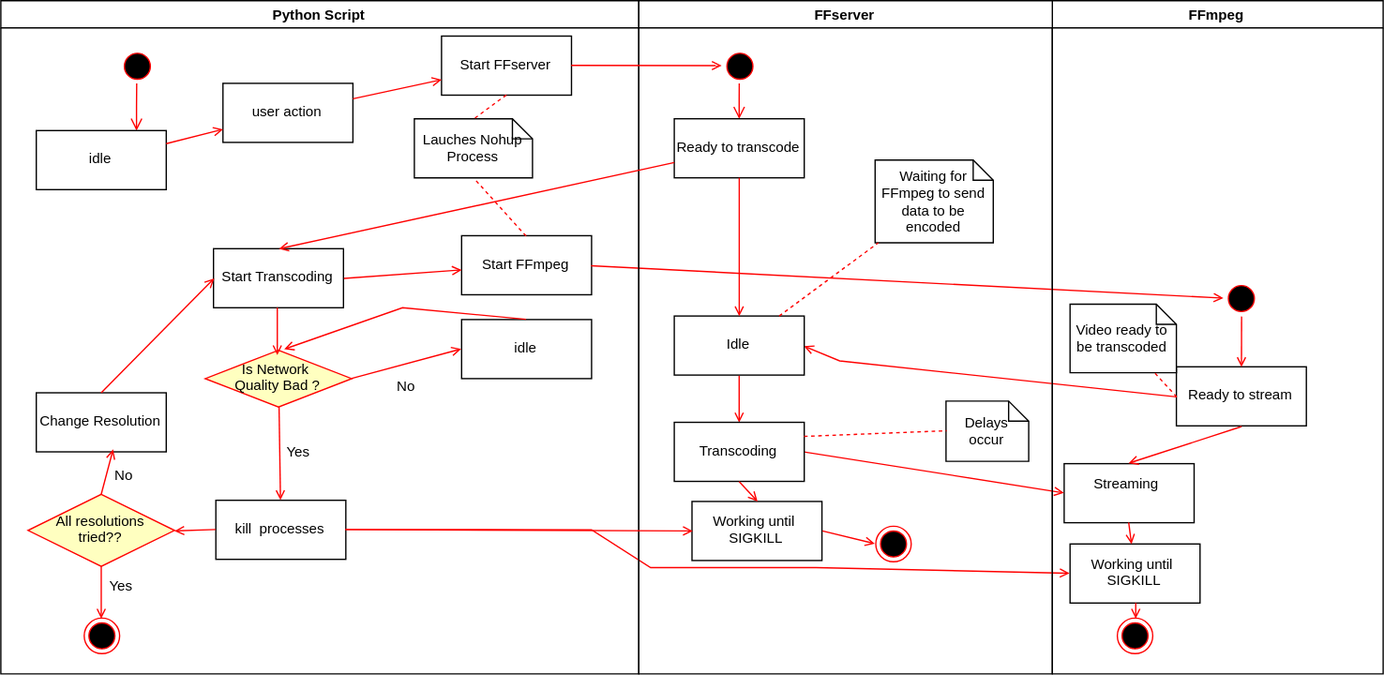
Before: docs/images/UML.svg, a diagram exported from draw.io (Jpfonseca/Adaptive_Live_Streaming). Source tidied: cells renumbered, new cells last; positions are measured from the earlier drawing's top-left corner, leaving out a move shared by most shapes.
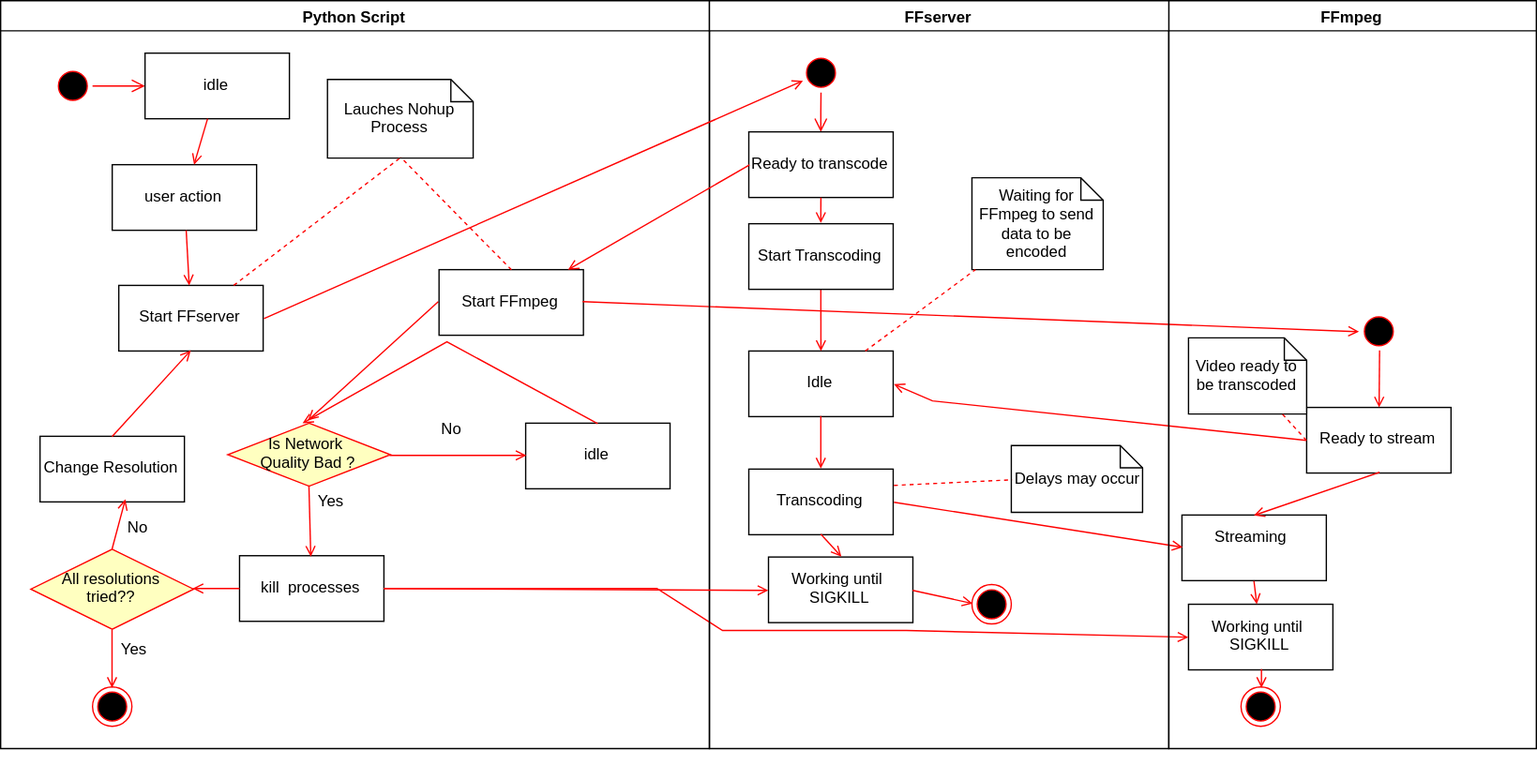
Above is the later version.

Commit message:
Refactor connect status; Modified UML Diagram

Diff of the diagram source:
```diff
@@ -6,30 +6,30 @@
       <mxGeometry width="540" height="570" as="geometry" />
     </mxCell>
     <mxCell id="3" style="ellipse;shape=startState;fillColor=#000000;strokeColor=#ff0000;" parent="2" vertex="1">
-      <mxGeometry x="100" y="40" width="30" height="30" as="geometry" />
+      <mxGeometry x="40" y="50" width="30" height="30" as="geometry" />
     </mxCell>
     <mxCell id="4" style="edgeStyle=elbowEdgeStyle;elbow=horizontal;verticalAlign=bottom;endArrow=open;endSize=8;strokeColor=#FF0000;endFill=1;rounded=0;" parent="2" edge="1" source="3" target="5">
       <mxGeometry x="100" y="40" as="geometry" />
     </mxCell>
     <mxCell id="5" value="idle" parent="2" vertex="1">
-      <mxGeometry x="30" y="110" width="110" height="50" as="geometry" />
+      <mxGeometry x="110" y="40" width="110" height="50" as="geometry" />
     </mxCell>
     <mxCell id="6" value="user action" parent="2" vertex="1">
-      <mxGeometry x="188" y="70" width="110" height="50" as="geometry" />
+      <mxGeometry x="85" y="125" width="110" height="50" as="geometry" />
     </mxCell>
     <mxCell id="7" style="endArrow=open;strokeColor=#FF0000;endFill=1;rounded=0;" parent="2" edge="1" source="5" target="6">
       <mxGeometry relative="1" as="geometry" />
     </mxCell>
     <mxCell id="8" value="Start FFserver" parent="2" vertex="1">
-      <mxGeometry x="373" y="30" width="110" height="50" as="geometry" />
+      <mxGeometry x="90" y="217" width="110" height="50" as="geometry" />
     </mxCell>
     <mxCell id="9" style="endArrow=open;strokeColor=#FF0000;endFill=1;rounded=0;" parent="2" edge="1" source="6" target="8">
       <mxGeometry relative="1" as="geometry" />
     </mxCell>
     <mxCell id="10" value="Lauches Nohup Process" style="shape=note;whiteSpace=wrap;size=17;" parent="2" vertex="1">
-      <mxGeometry x="350" y="100" width="100" height="50" as="geometry" />
+      <mxGeometry x="249" y="60" width="111" height="60" as="geometry" />
     </mxCell>
-    <mxCell id="11" style="endArrow=none;strokeColor=#FF0000;endFill=0;rounded=0;dashed=1;entryX=0.5;entryY=0;exitX=0.5;exitY=1;" parent="2" edge="1" source="8" target="10">
+    <mxCell id="11" style="endArrow=none;strokeColor=#FF0000;endFill=0;rounded=0;dashed=1;entryX=0.5;entryY=1;" parent="2" edge="1" source="8" target="10">
       <mxGeometry relative="1" as="geometry" />
     </mxCell>
     <mxCell id="12" value="kill  processes" parent="2" vertex="1">
@@ -38,16 +38,12 @@
     <mxCell id="13" style="edgeStyle=orthogonalEdgeStyle;rounded=0;html=1;exitX=0.75;exitY=1;entryX=0.75;entryY=1;jettySize=auto;orthogonalLoop=1;" parent="2" edge="1" source="10" target="10">
       <mxGeometry relative="1" as="geometry" />
     </mxCell>
-    <mxCell id="14" value="Start Transcoding" parent="2" vertex="1">
-      <mxGeometry x="180" y="210" width="110" height="50" as="geometry" />
-    </mxCell>
     <mxCell id="15" value="Is Network &#10;Quality Bad ?" style="rhombus;fillColor=#ffffc0;strokeColor=#ff0000;" parent="2" vertex="1">
-      <mxGeometry x="173" y="296" width="124" height="48" as="geometry" />
+      <mxGeometry x="173" y="322" width="124" height="48" as="geometry" />
     </mxCell>
-    <mxCell id="16" style="endArrow=open;strokeColor=#FF0000;endFill=1;rounded=0;" parent="2" edge="1">
+    <mxCell id="16" style="endArrow=open;strokeColor=#FF0000;endFill=1;rounded=0;exitX=0;exitY=0.5;" parent="2" edge="1" source="32">
       <mxGeometry relative="1" as="geometry">
-        <mxPoint x="234" y="260" as="sourcePoint" />
-        <mxPoint x="234" y="300" as="targetPoint" />
+        <mxPoint x="234" y="320" as="targetPoint" />
       </mxGeometry>
     </mxCell>
     <mxCell id="17" style="group;rotation=90;" parent="2" vertex="1">
@@ -79,11 +75,11 @@
     <mxCell id="25" value="No" style="text;html=1;align=left;verticalAlign=top;spacingTop=-4;rotation=0;" parent="2" vertex="1">
       <mxGeometry x="95" y="392.4" width="30" height="20" as="geometry" />
     </mxCell>
-    <mxCell id="26" style="endArrow=open;strokeColor=#FF0000;endFill=1;rounded=0;exitX=0.5;exitY=0;entryX=0;entryY=0.5;" parent="2" edge="1" source="24" target="14">
+    <mxCell id="26" style="endArrow=open;strokeColor=#FF0000;endFill=1;rounded=0;exitX=0.5;exitY=0;entryX=0.5;entryY=1;" parent="2" edge="1" source="24" target="8">
       <mxGeometry relative="1" as="geometry" />
     </mxCell>
     <mxCell id="27" value="idle" parent="2" vertex="1">
-      <mxGeometry x="390" y="270" width="110" height="50" as="geometry" />
+      <mxGeometry x="400" y="322" width="110" height="50" as="geometry" />
     </mxCell>
     <object id="28" label="" placeholders="1">
       <mxCell style="endArrow=open;strokeColor=#FF0000;endFill=1;rounded=0;fillColor=#33FF33;exitX=1;exitY=0.5;entryX=0;entryY=0.5;" parent="2" edge="1" source="15" target="27">
@@ -100,11 +96,8 @@
       <mxGeometry relative="1" as="geometry" />
     </mxCell>
     <mxCell id="32" value="Start FFmpeg" parent="2" vertex="1">
-      <mxGeometry x="390" y="199" width="110" height="50" as="geometry" />
+      <mxGeometry x="334" y="205" width="110" height="50" as="geometry" />
     </mxCell>
-    <mxCell id="33" style="endArrow=open;strokeColor=#FF0000;endFill=1;rounded=0;exitX=1;exitY=0.5;" parent="2" edge="1" source="14" target="32">
-      <mxGeometry relative="1" as="geometry" />
-    </mxCell>
     <mxCell id="34" style="endArrow=none;strokeColor=#FF0000;endFill=0;rounded=0;dashed=1;entryX=0.5;entryY=1;exitX=0.5;exitY=0;" parent="2" edge="1" source="32" target="10">
       <mxGeometry relative="1" as="geometry" />
     </mxCell>
@@ -166,7 +159,7 @@
     </mxCell>
     <mxCell id="51" style="endArrow=open;strokeColor=#FF0000;endFill=1;rounded=0;exitX=0.5;exitY=0;" parent="1" edge="1" source="27">
       <mxGeometry relative="1" as="geometry">
-        <mxPoint x="240" y="295" as="targetPoint" />
+        <mxPoint x="230" y="322" as="targetPoint" />
         <Array as="points">
           <mxPoint x="340" y="260" />
         </Array>
@@ -201,7 +194,7 @@
     <mxCell id="58" value="Idle" parent="54" vertex="1">
       <mxGeometry x="30" y="267" width="110" height="50" as="geometry" />
     </mxCell>
-    <mxCell id="59" style="endArrow=open;strokeColor=#FF0000;endFill=1;rounded=0;" parent="54" edge="1" source="57" target="58">
+    <mxCell id="59" style="endArrow=open;strokeColor=#FF0000;endFill=1;rounded=0;exitX=0.5;exitY=1;" parent="54" edge="1" source="14" target="58">
       <mxGeometry relative="1" as="geometry" />
     </mxCell>
     <mxCell id="60" value="Waiting for FFmpeg to send data to be encoded" style="shape=note;whiteSpace=wrap;size=17;" parent="54" vertex="1">
@@ -230,22 +223,28 @@
         <mxGeometry relative="1" as="geometry" />
       </mxCell>
     </object>
-    <mxCell id="68" value="Delays occur" style="shape=note;whiteSpace=wrap;size=17;" parent="54" vertex="1">
-      <mxGeometry x="260" y="339" width="70" height="51" as="geometry" />
+    <mxCell id="68" value="Delays may occur" style="shape=note;whiteSpace=wrap;size=17;" parent="54" vertex="1">
+      <mxGeometry x="230" y="339" width="100" height="51" as="geometry" />
     </mxCell>
     <mxCell id="69" style="endArrow=none;strokeColor=#FF0000;endFill=0;rounded=0;dashed=1;entryX=0;entryY=0.5;exitX=1;exitY=0.25;" parent="54" edge="1" source="63" target="68">
       <mxGeometry relative="1" as="geometry" />
     </mxCell>
+    <mxCell id="14" value="Start Transcoding" parent="54" vertex="1">
+      <mxGeometry x="30" y="170" width="110" height="50" as="geometry" />
+    </mxCell>
+    <mxCell id="71" style="endArrow=open;strokeColor=#FF0000;endFill=1;rounded=0;entryX=0.5;entryY=0;" parent="54" edge="1" source="57" target="14">
+      <mxGeometry relative="1" as="geometry" />
+    </mxCell>
     <mxCell id="70" style="endArrow=open;strokeColor=#FF0000;endFill=1;rounded=0;exitX=1;exitY=0.5;" parent="1" edge="1" source="8" target="55">
       <mxGeometry relative="1" as="geometry" />
     </mxCell>
-    <mxCell id="71" style="endArrow=open;strokeColor=#FF0000;endFill=1;rounded=0;entryX=0.5;entryY=0;" parent="1" edge="1" source="57" target="14">
-      <mxGeometry relative="1" as="geometry" />
-    </mxCell>
     <object id="72" label="" placeholders="1">
       <mxCell style="endArrow=open;strokeColor=#FF0000;endFill=1;rounded=0;fillColor=#33FF33;exitX=1;exitY=0.5;entryX=0;entryY=0.5;" parent="1" edge="1" source="12" target="64">
         <mxGeometry relative="1" as="geometry" />
       </mxCell>
     </object>
+    <mxCell id="33" style="endArrow=open;strokeColor=#FF0000;endFill=1;rounded=0;exitX=0;exitY=0.5;" parent="1" edge="1" source="57" target="32">
+      <mxGeometry relative="1" as="geometry" />
+    </mxCell>
   </root>
 </mxGraphModel>
```
